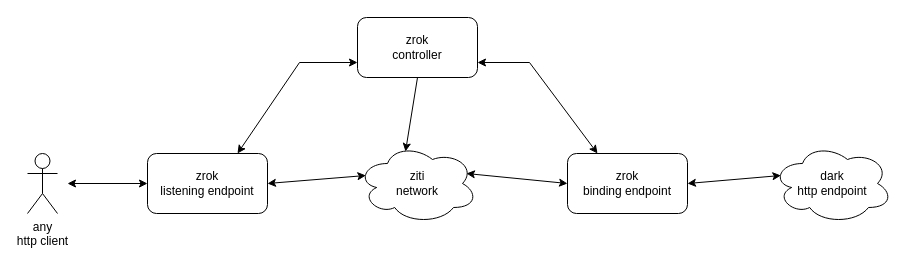
Earlier version of the draw.io diagram docs/images/zrok.drawio (openziti/zrok). Source tidied: cells renumbered, new cells numbered last; positions are measured from the earlier drawing's top-left corner, leaving out a move shared by most shapes. Both pictures are drawn from the tidied source at 100%, with x=0, y=0 at pixel (27, 17).
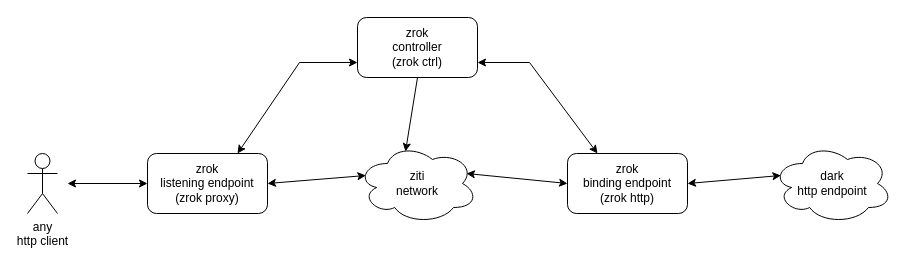
The same diagram, later.

What changed in the source:
```diff
@@
 <mxGraphModel>
   <root>
     <mxCell id="0" />
     <mxCell id="1" parent="0" />
     <mxCell id="2" value="ziti&lt;br&gt;network" style="ellipse;shape=cloud;whiteSpace=wrap;html=1;" parent="1" vertex="1">
       <mxGeometry x="330" y="126" width="120" height="80" as="geometry" />
     </mxCell>
-    <mxCell id="3" value="zrok&lt;br&gt;binding endpoint" style="rounded=1;whiteSpace=wrap;html=1;" parent="1" vertex="1">
+    <mxCell id="3" value="zrok&lt;br&gt;binding endpoint&lt;br&gt;(zrok http)" style="rounded=1;whiteSpace=wrap;html=1;" parent="1" vertex="1">
       <mxGeometry x="540" y="136" width="120" height="60" as="geometry" />
     </mxCell>
     <mxCell id="4" value="dark&lt;br&gt;http endpoint" style="ellipse;shape=cloud;whiteSpace=wrap;html=1;" parent="1" vertex="1">
       <mxGeometry x="745" y="126" width="120" height="80" as="geometry" />
     </mxCell>
-    <mxCell id="5" value="zrok&lt;br&gt;listening endpoint" style="rounded=1;whiteSpace=wrap;html=1;" parent="1" vertex="1">
+    <mxCell id="5" value="zrok&lt;br&gt;listening endpoint&lt;br&gt;(zrok proxy)" style="rounded=1;whiteSpace=wrap;html=1;" parent="1" vertex="1">
       <mxGeometry x="120" y="136" width="120" height="60" as="geometry" />
     </mxCell>
     <mxCell id="6" value="any&lt;br&gt;http client" style="shape=umlActor;verticalLabelPosition=bottom;verticalAlign=top;html=1;" parent="1" vertex="1">
       <mxGeometry y="136" width="30" height="60" as="geometry" />
     </mxCell>
     <mxCell id="7" style="endArrow=classic;startArrow=classic;html=1;rounded=0;entryX=0;entryY=0.5;entryDx=0;entryDy=0;" parent="1" edge="1" target="5">
       <mxGeometry relative="1" as="geometry">
         <mxPoint x="40" y="166" as="sourcePoint" />
       </mxGeometry>
     </mxCell>
     <mxCell id="8" style="endArrow=classic;startArrow=classic;html=1;rounded=0;entryX=0.07;entryY=0.4;entryDx=0;entryDy=0;entryPerimeter=0;exitX=1;exitY=0.5;exitDx=0;exitDy=0;" parent="1" edge="1" source="5" target="2">
       <mxGeometry relative="1" as="geometry" />
     </mxCell>
     <mxCell id="9" style="endArrow=classic;startArrow=classic;html=1;rounded=0;entryX=0;entryY=0.5;entryDx=0;entryDy=0;exitX=0.908;exitY=0.375;exitDx=0;exitDy=0;exitPerimeter=0;" parent="1" edge="1" source="2" target="3">
       <mxGeometry relative="1" as="geometry" />
     </mxCell>
     <mxCell id="10" style="endArrow=classic;startArrow=classic;html=1;rounded=0;entryX=0.07;entryY=0.4;entryDx=0;entryDy=0;entryPerimeter=0;exitX=1;exitY=0.5;exitDx=0;exitDy=0;" parent="1" edge="1" source="3" target="4">
       <mxGeometry relative="1" as="geometry" />
     </mxCell>
-    <mxCell id="11" value="zrok&lt;br&gt;controller" style="rounded=1;whiteSpace=wrap;html=1;" parent="1" vertex="1">
+    <mxCell id="11" value="zrok&lt;br&gt;controller&lt;br&gt;(zrok ctrl)" style="rounded=1;whiteSpace=wrap;html=1;" parent="1" vertex="1">
       <mxGeometry x="330" width="120" height="60" as="geometry" />
     </mxCell>
     <mxCell id="12" style="endArrow=classic;html=1;rounded=0;exitX=0.5;exitY=1;exitDx=0;exitDy=0;entryX=0.4;entryY=0.1;entryDx=0;entryDy=0;entryPerimeter=0;" parent="1" edge="1" source="11" target="2">
       <mxGeometry relative="1" as="geometry" />
     </mxCell>
     <mxCell id="13" style="endArrow=classic;html=1;rounded=0;exitX=0;exitY=0.75;exitDx=0;exitDy=0;entryX=0.75;entryY=0;entryDx=0;entryDy=0;startArrow=classic;startFill=1;" parent="1" edge="1" source="11" target="5">
       <mxGeometry relative="1" as="geometry">
         <Array as="points">
           <mxPoint x="272" y="45" />
         </Array>
       </mxGeometry>
     </mxCell>
     <mxCell id="14" style="endArrow=classic;html=1;rounded=0;exitX=1;exitY=0.75;exitDx=0;exitDy=0;entryX=0.25;entryY=0;entryDx=0;entryDy=0;endFill=1;startArrow=classic;startFill=1;" parent="1" edge="1" source="11" target="3">
       <mxGeometry relative="1" as="geometry">
         <Array as="points">
           <mxPoint x="502" y="45" />
         </Array>
       </mxGeometry>
     </mxCell>
   </root>
 </mxGraphModel>
```
